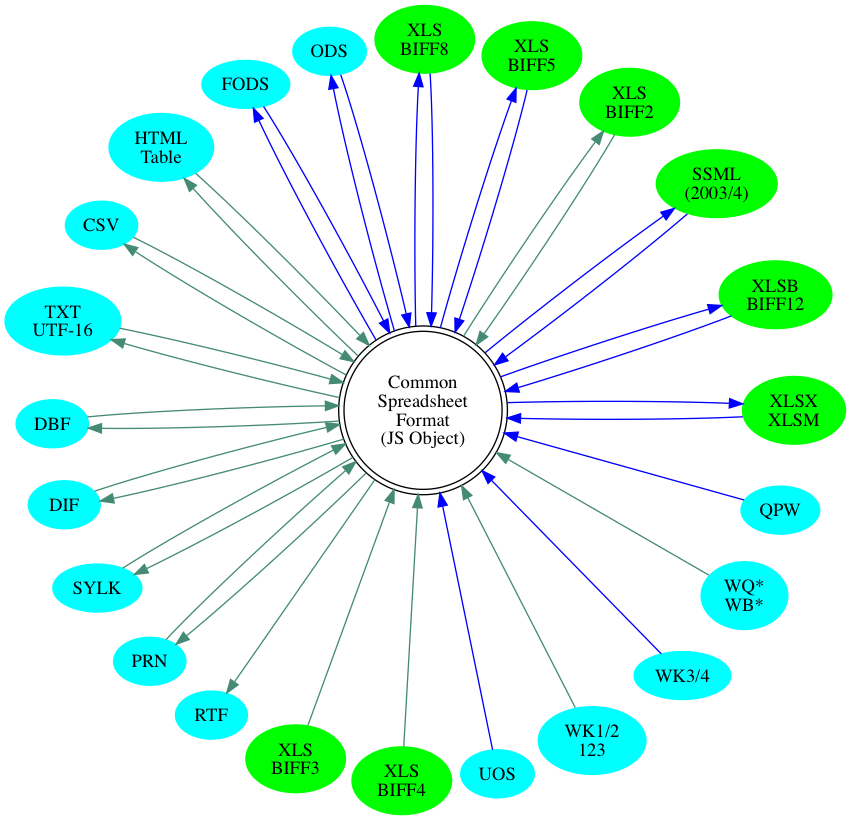
The Graphviz diagram formats.png in KingTiger001/sheet-project, before a commit. Its source is kept beside it as formats.dot.
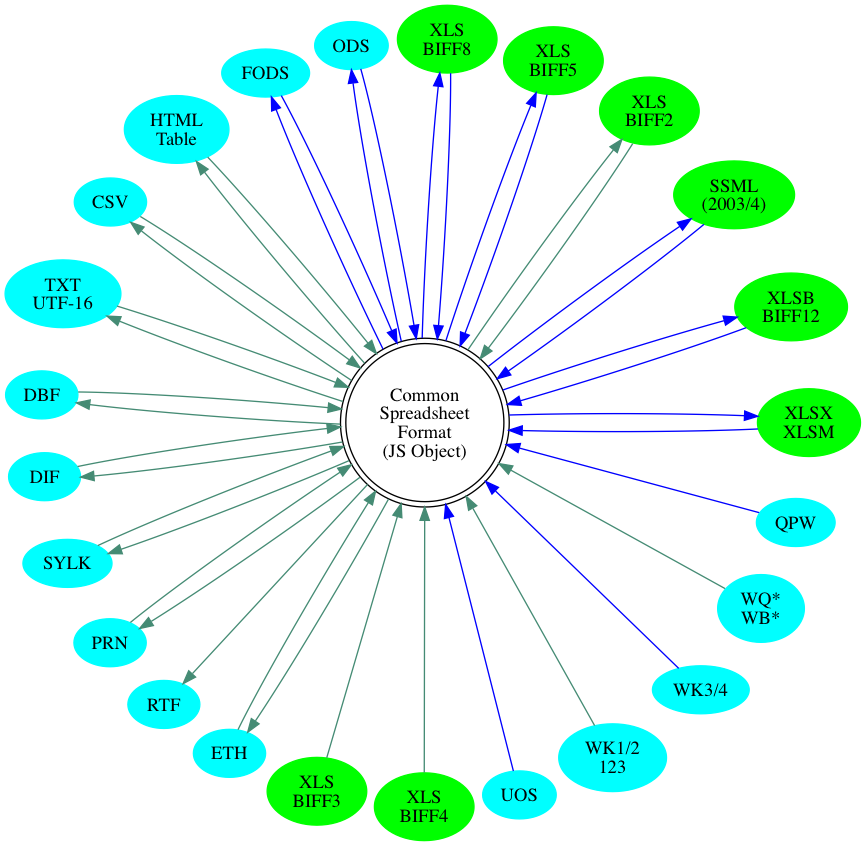
The same diagram one commit later.

What changed in the source:
```diff
@@ -30,6 +30,7 @@
 		wk3   [label="WK3/4"];
 		wqb   [label="WQ*\nWB*"];
 		qpw   [label="QPW"];
+		eth   [label="ETH"];
 	}
 
 	subgraph WORKBOOK {
@@ -75,5 +76,7 @@
 		csf -> dbf
 		html -> csf
 		csf -> html
+		csf -> eth
+		eth -> csf
 	}
 }
```
